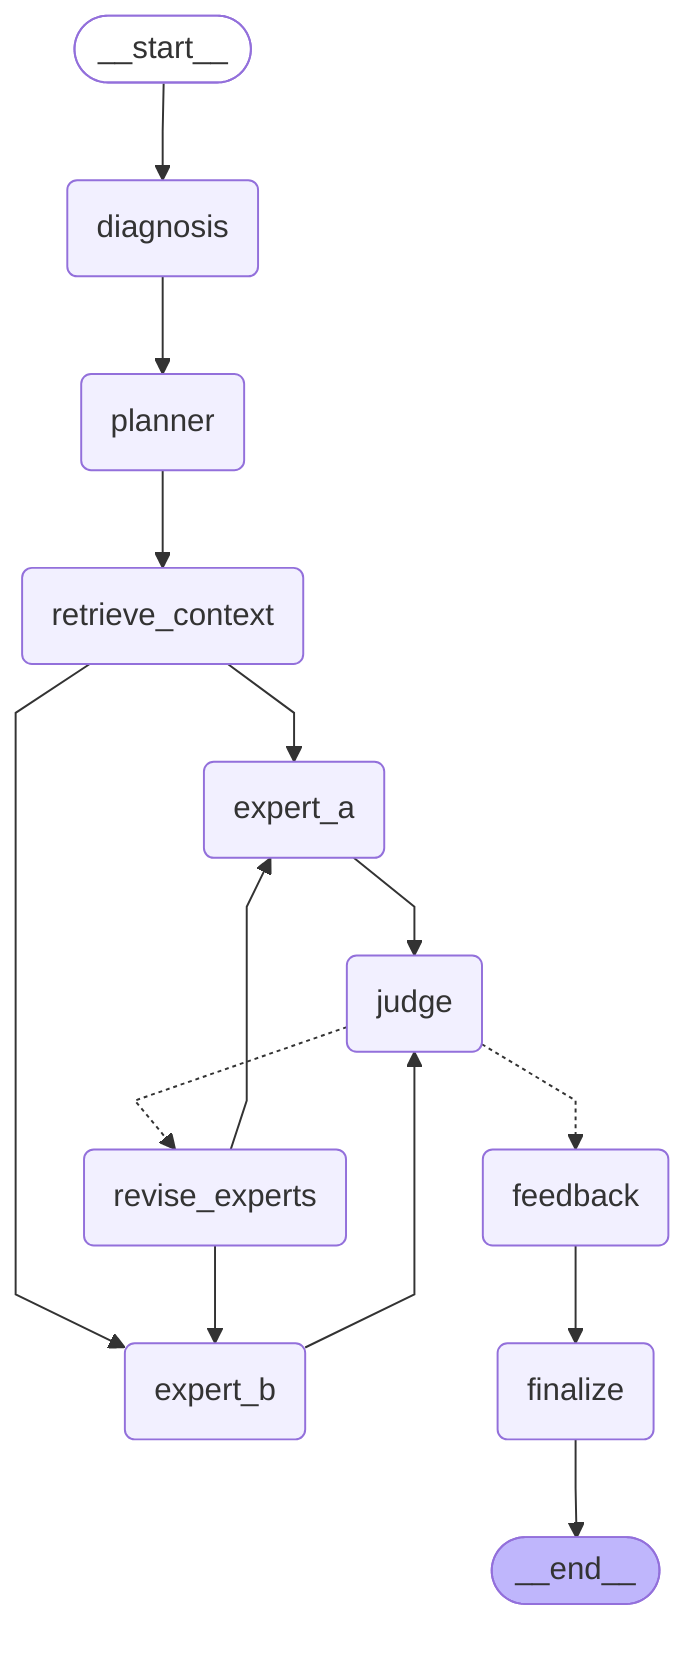
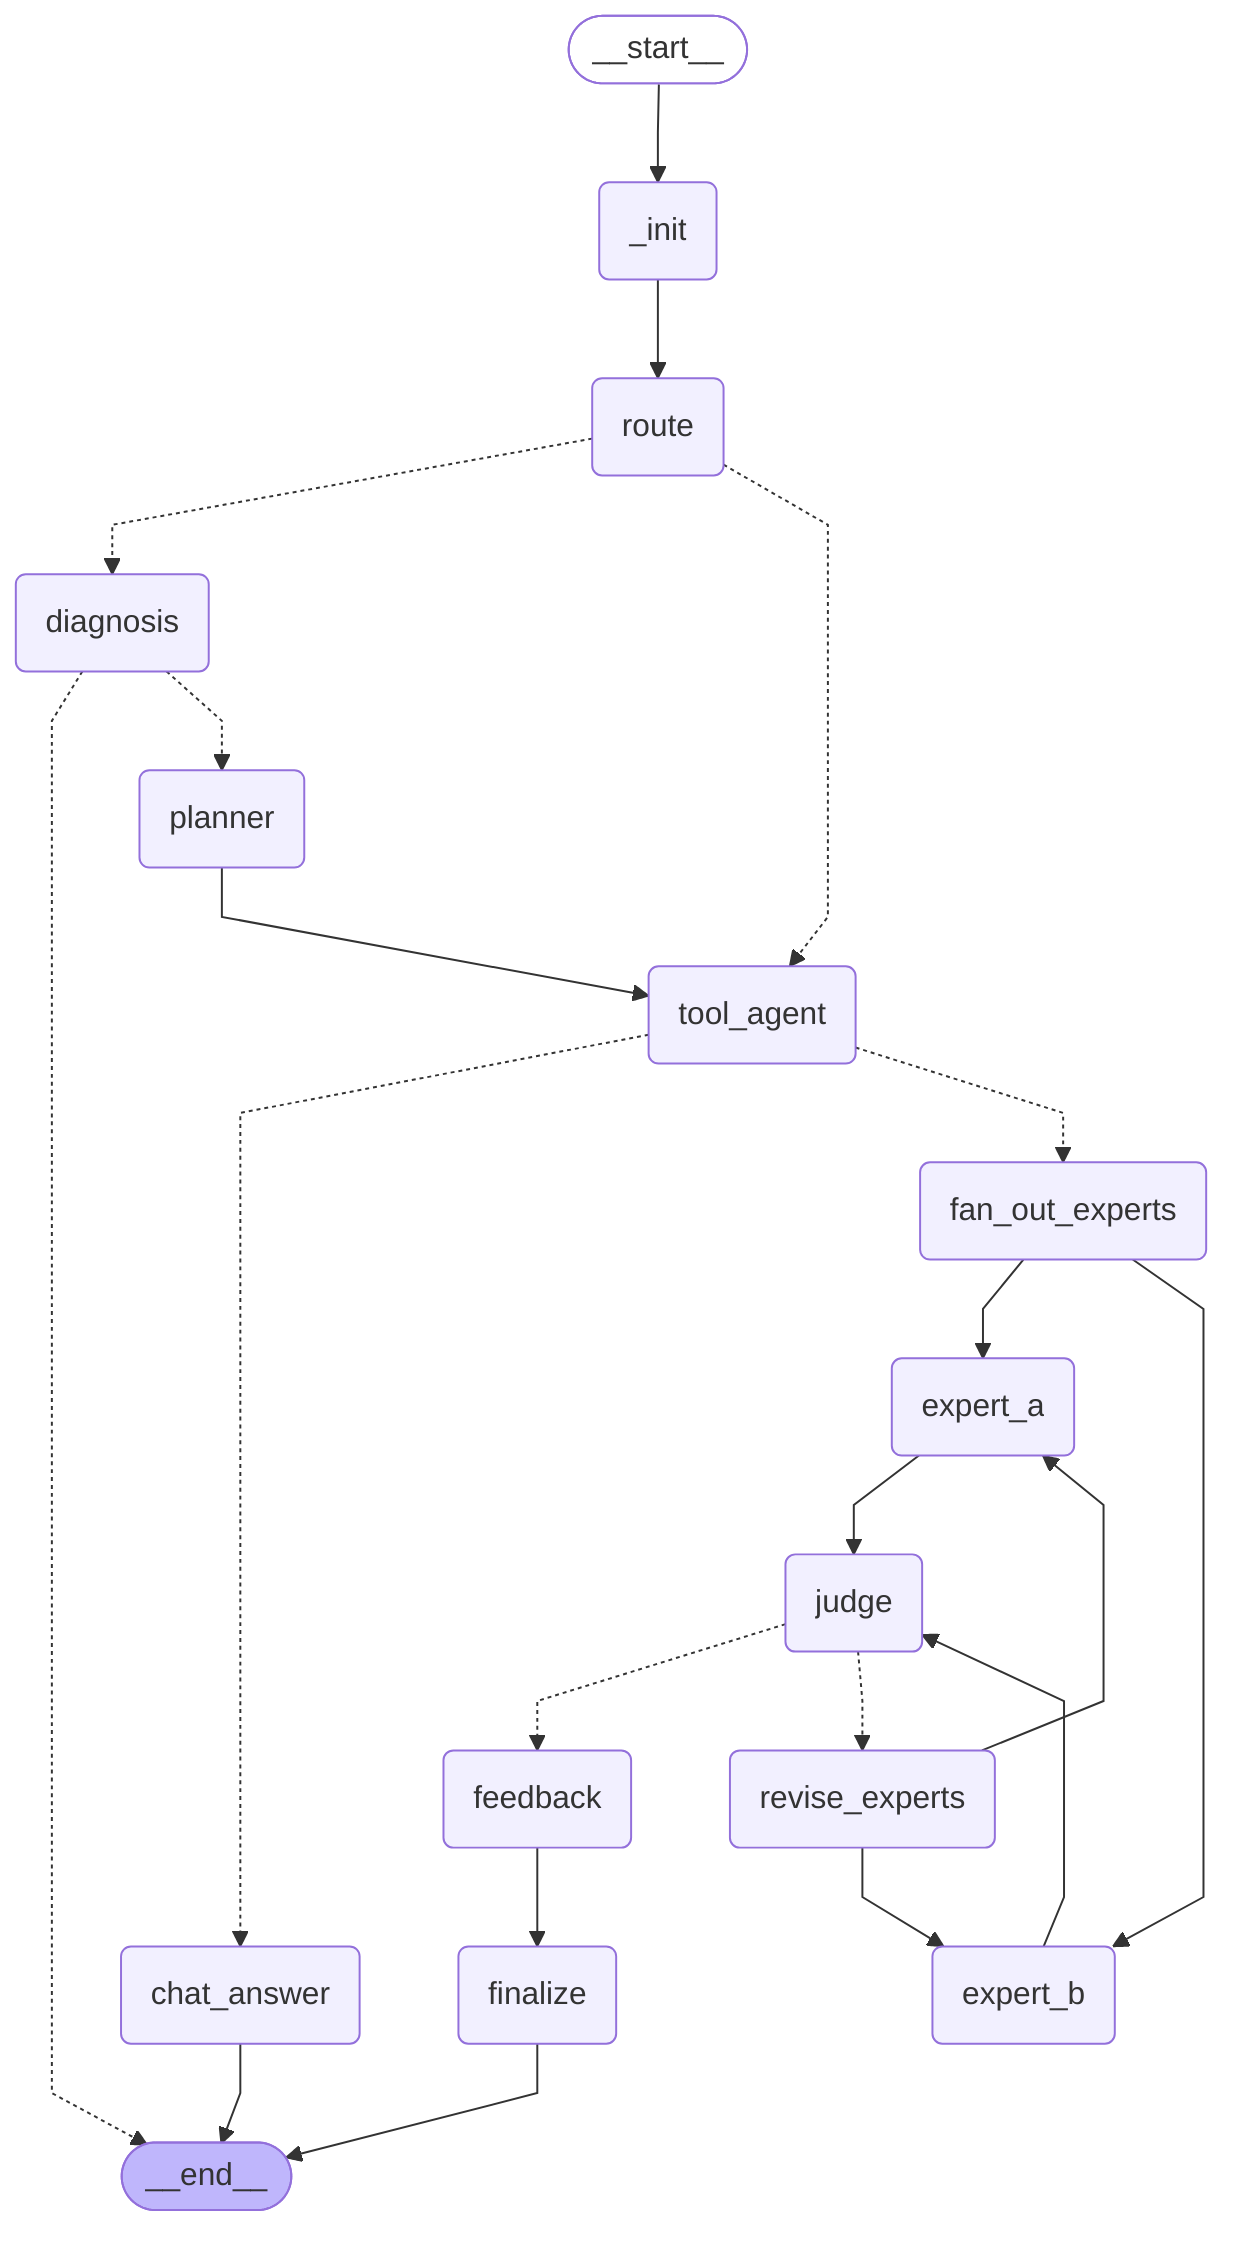
---
config:
  flowchart:
    curve: linear
---
graph TD;
	__start__([<p>__start__</p>]):::first
+ 	_init(_init)
+ 	route(route)
	diagnosis(diagnosis)
	planner(planner)
- 	retrieve_context(retrieve_context)
+ 	tool_agent(tool_agent)
+ 	chat_answer(chat_answer)
+ 	fan_out_experts(fan_out_experts)
	expert_a(expert_a)
	expert_b(expert_b)
	judge(judge)
	revise_experts(revise_experts)
	feedback(feedback)
	finalize(finalize)
	__end__([<p>__end__</p>]):::last
- 	__start__ --> diagnosis;
- 	diagnosis --> planner;
+ 	__start__ --> _init;
+ 	_init --> route;
+ 	diagnosis -.-> __end__;
+ 	diagnosis -.-> planner;
	expert_a --> judge;
	expert_b --> judge;
+ 	fan_out_experts --> expert_a;
+ 	fan_out_experts --> expert_b;
	feedback --> finalize;
	judge -.-> feedback;
	judge -.-> revise_experts;
- 	planner --> retrieve_context;
- 	retrieve_context --> expert_a;
- 	retrieve_context --> expert_b;
+ 	planner --> tool_agent;
	revise_experts --> expert_a;
	revise_experts --> expert_b;
+ 	route -.-> diagnosis;
+ 	route -.-> tool_agent;
+ 	tool_agent -.-> chat_answer;
+ 	tool_agent -.-> fan_out_experts;
+ 	chat_answer --> __end__;
	finalize --> __end__;
	classDef default fill:#f2f0ff,line-height:1.2
	classDef first fill-opacity:0
	classDef last fill:#bfb6fc
